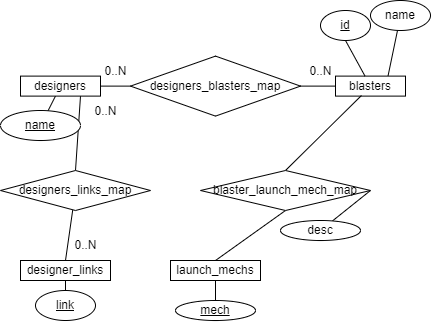
Earlier version of the draw.io export docs/ERD.drawio.png (SabreBirdOne/BlasterBrowser). Source tidied: cells renumbered, new cells last; positions are measured from the earlier drawing's top-left corner, leaving out a move shared by most shapes.
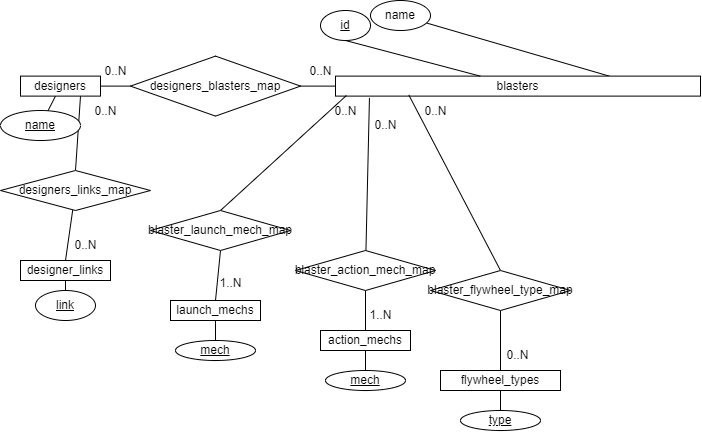
After the commit.

Change to the diagram source:
```diff
@@ -27,7 +27,7 @@
       <mxGeometry relative="1" as="geometry" />
     </mxCell>
     <mxCell id="10" value="blasters" style="rounded=0;whiteSpace=wrap;html=1;" parent="1" vertex="1">
-      <mxGeometry x="335" y="75.6" width="70" height="20" as="geometry" />
+      <mxGeometry x="335" y="75.6" width="365" height="20" as="geometry" />
     </mxCell>
     <mxCell id="11" style="rounded=0;jettySize=auto;html=1;endArrow=none;endFill=0;exitX=0.5;exitY=1;exitDx=0;exitDy=0;" parent="1" edge="1" source="12" target="10">
       <mxGeometry relative="1" as="geometry" />
@@ -72,25 +72,73 @@
       <mxGeometry relative="1" as="geometry" />
     </mxCell>
     <mxCell id="25" value="launch_mechs" style="whiteSpace=wrap;html=1;" parent="1" vertex="1">
-      <mxGeometry x="170" y="260" width="90" height="20" as="geometry" />
+      <mxGeometry x="170" y="300" width="90" height="20" as="geometry" />
     </mxCell>
     <mxCell id="26" value="&lt;u&gt;mech&lt;/u&gt;" style="ellipse;whiteSpace=wrap;html=1;" parent="1" vertex="1">
-      <mxGeometry x="175" y="300" width="80" height="20" as="geometry" />
+      <mxGeometry x="175" y="340" width="80" height="20" as="geometry" />
     </mxCell>
     <mxCell id="27" style="rounded=0;jettySize=auto;html=1;entryX=0.5;entryY=0;entryDx=0;entryDy=0;endArrow=none;endFill=0;exitX=0.5;exitY=1;exitDx=0;exitDy=0;" parent="1" edge="1" source="30" target="25">
       <mxGeometry relative="1" as="geometry" />
     </mxCell>
-    <mxCell id="28" style="rounded=0;jettySize=auto;html=1;entryX=0.371;entryY=0.969;entryDx=0;entryDy=0;entryPerimeter=0;endArrow=none;endFill=0;exitX=0.5;exitY=0;exitDx=0;exitDy=0;" parent="1" edge="1" source="30" target="10">
+    <mxCell id="28" style="rounded=0;jettySize=auto;html=1;entryX=0.03;entryY=0.969;entryDx=0;entryDy=0;entryPerimeter=0;endArrow=none;endFill=0;exitX=0.5;exitY=0;exitDx=0;exitDy=0;" parent="1" edge="1" source="30" target="10">
       <mxGeometry relative="1" as="geometry" />
     </mxCell>
-    <mxCell id="29" style="rounded=0;jettySize=auto;html=1;endArrow=none;endFill=0;exitX=1;exitY=0.5;exitDx=0;exitDy=0;" parent="1" edge="1" source="30" target="31">
-      <mxGeometry relative="1" as="geometry" />
-    </mxCell>
     <mxCell id="30" value="blaster_launch_mech_map" style="rhombus;whiteSpace=wrap;html=1;" parent="1" vertex="1">
-      <mxGeometry x="200" y="170" width="170" height="40" as="geometry" />
+      <mxGeometry x="150" y="210" width="140" height="40" as="geometry" />
     </mxCell>
-    <mxCell id="31" value="desc" style="ellipse;whiteSpace=wrap;html=1;" parent="1" vertex="1">
-      <mxGeometry x="280" y="220" width="80" height="20" as="geometry" />
-    </mxCell>
+    <mxCell id="32" style="rounded=0;jettySize=auto;html=1;endArrow=none;endFill=0;" parent="1" edge="1" source="33" target="34">
+      <mxGeometry relative="1" as="geometry" />
+    </mxCell>
+    <mxCell id="33" value="action_mechs" style="whiteSpace=wrap;html=1;" parent="1" vertex="1">
+      <mxGeometry x="320" y="330" width="90" height="20" as="geometry" />
+    </mxCell>
+    <mxCell id="34" value="&lt;u&gt;mech&lt;/u&gt;" style="ellipse;whiteSpace=wrap;html=1;" parent="1" vertex="1">
+      <mxGeometry x="325" y="370" width="80" height="20" as="geometry" />
+    </mxCell>
+    <mxCell id="35" value="1..N" style="text;html=1;align=center;verticalAlign=middle;strokeColor=none;fillColor=none;" parent="1" vertex="1">
+      <mxGeometry x="205" y="268" width="50" height="30" as="geometry" />
+    </mxCell>
+    <mxCell id="36" value="0..N" style="text;html=1;align=center;verticalAlign=middle;strokeColor=none;fillColor=none;" parent="1" vertex="1">
+      <mxGeometry x="320" y="95.6" width="50" height="30" as="geometry" />
+    </mxCell>
+    <mxCell id="37" style="rounded=0;jettySize=auto;html=1;entryX=0.5;entryY=0;entryDx=0;entryDy=0;endArrow=none;endFill=0;" parent="1" edge="1" source="39" target="33">
+      <mxGeometry relative="1" as="geometry" />
+    </mxCell>
+    <mxCell id="38" style="rounded=0;jettySize=auto;html=1;endArrow=none;endFill=0;entryX=0.093;entryY=1.087;entryDx=0;entryDy=0;entryPerimeter=0;" parent="1" edge="1" source="39" target="10">
+      <mxGeometry relative="1" as="geometry" />
+    </mxCell>
+    <mxCell id="39" value="blaster_action_mech_map" style="rhombus;whiteSpace=wrap;html=1;" parent="1" vertex="1">
+      <mxGeometry x="295" y="250" width="140" height="40" as="geometry" />
+    </mxCell>
+    <mxCell id="40" value="1..N" style="text;html=1;align=center;verticalAlign=middle;strokeColor=none;fillColor=none;" parent="1" vertex="1">
+      <mxGeometry x="355" y="300" width="50" height="30" as="geometry" />
+    </mxCell>
+    <mxCell id="41" value="0..N" style="text;html=1;align=center;verticalAlign=middle;strokeColor=none;fillColor=none;" parent="1" vertex="1">
+      <mxGeometry x="360" y="110" width="50" height="30" as="geometry" />
+    </mxCell>
+    <mxCell id="42" style="rounded=0;jettySize=auto;html=1;endArrow=none;endFill=0;" parent="1" edge="1" source="44" target="45">
+      <mxGeometry relative="1" as="geometry" />
+    </mxCell>
+    <mxCell id="43" style="rounded=0;jettySize=auto;html=1;entryX=0.5;entryY=1;entryDx=0;entryDy=0;endArrow=none;endFill=0;" parent="1" edge="1" source="44" target="47">
+      <mxGeometry relative="1" as="geometry" />
+    </mxCell>
+    <mxCell id="44" value="flywheel_types" style="whiteSpace=wrap;html=1;" parent="1" vertex="1">
+      <mxGeometry x="440" y="370" width="120" height="20" as="geometry" />
+    </mxCell>
+    <mxCell id="45" value="&lt;u&gt;type&lt;/u&gt;" style="ellipse;whiteSpace=wrap;html=1;" parent="1" vertex="1">
+      <mxGeometry x="460" y="410" width="80" height="20" as="geometry" />
+    </mxCell>
+    <mxCell id="46" style="rounded=0;jettySize=auto;html=1;entryX=0.201;entryY=0.949;entryDx=0;entryDy=0;entryPerimeter=0;endArrow=none;endFill=0;exitX=0.5;exitY=0;exitDx=0;exitDy=0;" parent="1" edge="1" source="47" target="10">
+      <mxGeometry relative="1" as="geometry" />
+    </mxCell>
+    <mxCell id="47" value="blaster_flywheel_type_map" style="rhombus;whiteSpace=wrap;html=1;" parent="1" vertex="1">
+      <mxGeometry x="430" y="270" width="140" height="40" as="geometry" />
+    </mxCell>
+    <mxCell id="48" value="0..N" style="text;html=1;align=center;verticalAlign=middle;strokeColor=none;fillColor=none;" parent="1" vertex="1">
+      <mxGeometry x="410" y="95.6" width="50" height="30" as="geometry" />
+    </mxCell>
+    <mxCell id="49" value="0..N" style="text;html=1;align=center;verticalAlign=middle;strokeColor=none;fillColor=none;" parent="1" vertex="1">
+      <mxGeometry x="492.5" y="340" width="50" height="30" as="geometry" />
+    </mxCell>
   </root>
 </mxGraphModel>
```
